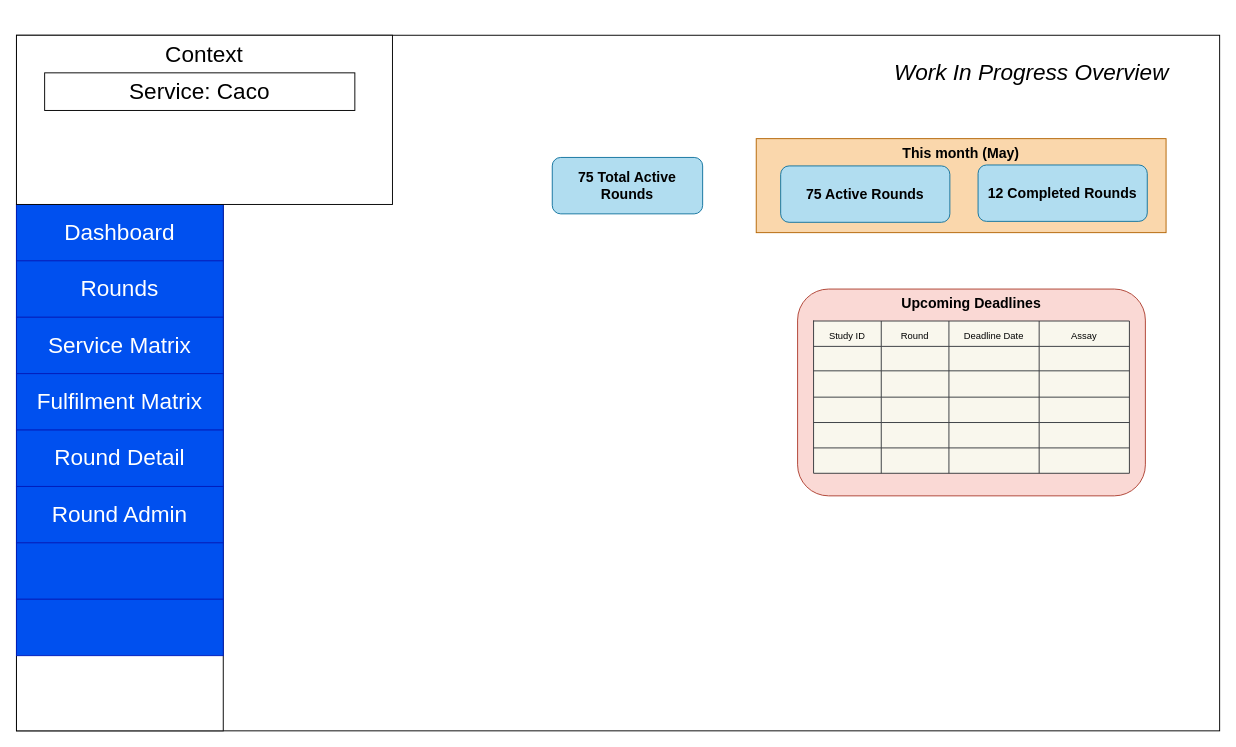
This is wip-dash.drawio from mdegaris/react-learning, a draw.io file, before an edit. Source tidied: cells renumbered, new cells numbered last; positions are measured from the earlier drawing's top-left corner, leaving out a move shared by most shapes. Both pictures are drawn from the tidied source at 94%, with x=0, y=0 at pixel (16, 35).
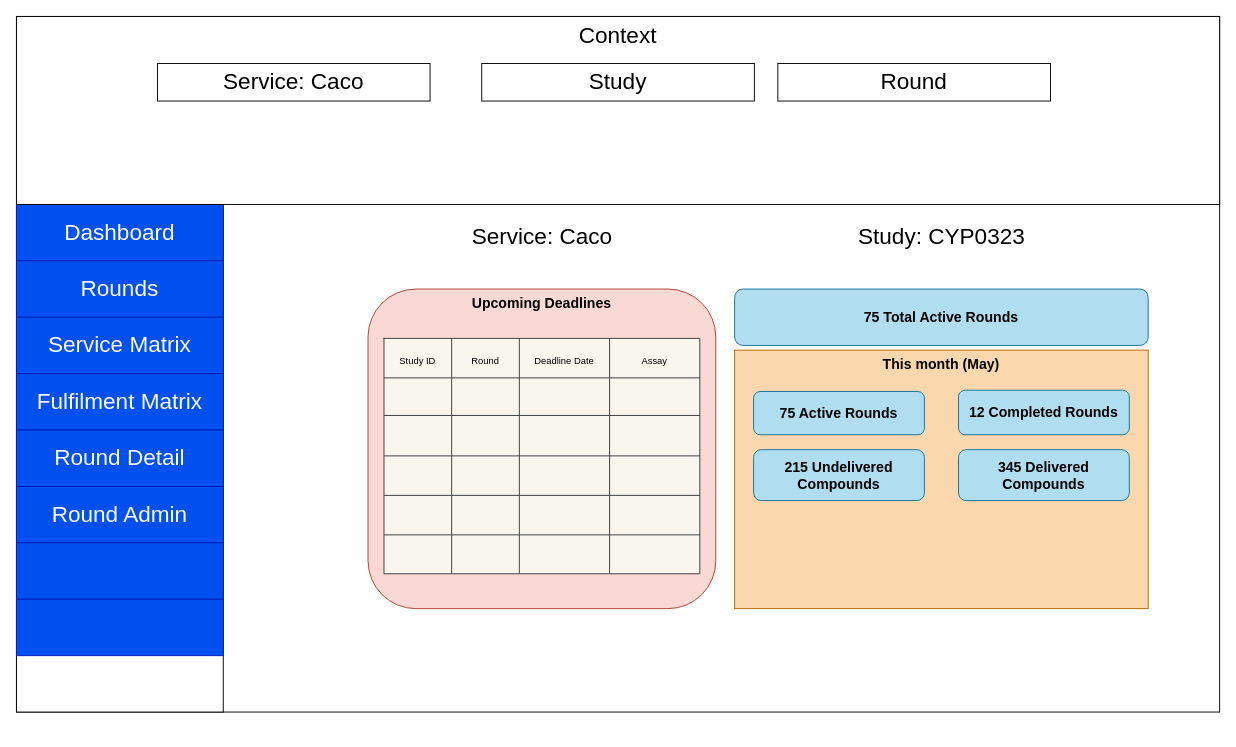
Above is the later version.

Diff of the diagram source:
```diff
@@
     <mxCell id="2" style="rounded=0;whiteSpace=wrap;html=1;shadow=0;labelBackgroundColor=none;labelBorderColor=none;sketch=0;fontSize=10;fontColor=#000000;fillColor=#FFFFFF;" parent="1" vertex="1">
-      <mxGeometry width="1280" height="740" as="geometry" />
+      <mxGeometry y="-20" width="1280" height="740" as="geometry" />
     </mxCell>
     <mxCell id="3" value="75 Total Active Rounds" style="rounded=1;whiteSpace=wrap;html=1;fontSize=15;labelBackgroundColor=none;fillColor=#b1ddf0;strokeColor=#10739e;fontStyle=1;" parent="1" vertex="1">
-      <mxGeometry x="570" y="130" width="160" height="60" as="geometry" />
+      <mxGeometry x="764" y="270" width="440" height="60" as="geometry" />
     </mxCell>
-    <mxCell id="4" style="group;" parent="1" vertex="1">
-      <mxGeometry x="787" y="110" width="436" height="100" as="geometry" />
+    <mxCell id="4" style="group;rounded=0;glass=0;sketch=0;" parent="1" vertex="1">
+      <mxGeometry x="764" y="335" width="440" height="275" as="geometry" />
     </mxCell>
+    <mxCell id="53" style="group;" parent="4" vertex="1">
+      <mxGeometry width="440" height="275" as="geometry" />
+    </mxCell>
-    <mxCell id="5" value="This month (May)" style="rounded=0;whiteSpace=wrap;html=1;labelBackgroundColor=none;fontSize=15;fillColor=#fad7ac;strokeColor=#b46504;verticalAlign=top;fontStyle=1;labelPosition=center;verticalLabelPosition=middle;align=center;" parent="4" vertex="1">
-      <mxGeometry width="436" height="100" as="geometry" />
+    <mxCell id="5" value="This month (May)" style="rounded=0;whiteSpace=wrap;html=1;labelBackgroundColor=none;fontSize=15;fillColor=#fad7ac;strokeColor=#b46504;verticalAlign=top;fontStyle=1;labelPosition=center;verticalLabelPosition=middle;align=center;" parent="53" vertex="1">
+      <mxGeometry width="440" height="275" as="geometry" />
     </mxCell>
-    <mxCell id="6" value="75 Active Rounds" style="rounded=1;whiteSpace=wrap;html=1;fontSize=15;labelBackgroundColor=none;fillColor=#b1ddf0;strokeColor=#10739e;fontStyle=1;" parent="4" vertex="1">
-      <mxGeometry x="26" y="29" width="180" height="60" as="geometry" />
+    <mxCell id="6" value="75 Active Rounds" style="rounded=1;whiteSpace=wrap;html=1;fontSize=15;labelBackgroundColor=none;fillColor=#b1ddf0;strokeColor=#10739e;fontStyle=1;" parent="53" vertex="1">
+      <mxGeometry x="20.2" y="44" width="181.7" height="46" as="geometry" />
     </mxCell>
-    <mxCell id="7" value="12 Completed Rounds" style="rounded=1;whiteSpace=wrap;html=1;fontSize=15;labelBackgroundColor=none;fillColor=#b1ddf0;strokeColor=#10739e;fontStyle=1;" parent="4" vertex="1">
-      <mxGeometry x="236" y="28" width="180" height="60" as="geometry" />
+    <mxCell id="7" value="12 Completed Rounds" style="rounded=1;whiteSpace=wrap;html=1;fontSize=15;labelBackgroundColor=none;fillColor=#b1ddf0;strokeColor=#10739e;fontStyle=1;" parent="53" vertex="1">
+      <mxGeometry x="238.2" y="42.6" width="181.7" height="47.4" as="geometry" />
     </mxCell>
+    <mxCell id="54" value="215 Undelivered Compounds" style="rounded=1;whiteSpace=wrap;html=1;fontSize=15;labelBackgroundColor=none;fillColor=#b1ddf0;strokeColor=#10739e;fontStyle=1;" parent="53" vertex="1">
+      <mxGeometry x="20.2" y="105.9" width="181.7" height="54.1" as="geometry" />
+    </mxCell>
+    <mxCell id="55" value="345 Delivered Compounds" style="rounded=1;whiteSpace=wrap;html=1;fontSize=15;labelBackgroundColor=none;fillColor=#b1ddf0;strokeColor=#10739e;fontStyle=1;" parent="53" vertex="1">
+      <mxGeometry x="238.2" y="105.9" width="181.7" height="54.1" as="geometry" />
+    </mxCell>
     <mxCell id="8" style="rounded=0;whiteSpace=wrap;html=1;shadow=0;labelBackgroundColor=none;labelBorderColor=none;sketch=0;fontSize=10;fontColor=#000000;fillColor=#FFFFFF;" parent="1" vertex="1">
-      <mxGeometry y="180" width="220" height="560" as="geometry" />
+      <mxGeometry y="180" width="220" height="540" as="geometry" />
     </mxCell>
     <mxCell id="9" style="group;" parent="1" vertex="1">
-      <mxGeometry x="831" y="270" width="370" height="220" as="geometry" />
+      <mxGeometry x="374" y="270" width="370" height="340" as="geometry" />
     </mxCell>
     <mxCell id="10" value="Upcoming Deadlines" style="rounded=1;whiteSpace=wrap;html=1;labelBackgroundColor=none;fontSize=15;fillColor=#fad9d5;strokeColor=#ae4132;verticalAlign=top;fontStyle=1;" parent="9" vertex="1">
-      <mxGeometry width="370" height="220" as="geometry" />
+      <mxGeometry width="370" height="340" as="geometry" />
     </mxCell>
     <mxCell id="11" style="shape=table;html=1;whiteSpace=wrap;startSize=0;childLayout=tableLayout;rounded=0;labelBackgroundColor=none;fontSize=12;labelBorderColor=none;fillColor=#f9f7ed;strokeColor=#36393d;fontColor=#000000;shadow=0;swimlaneLine=0;sketch=0;" parent="9" vertex="1">
-      <mxGeometry x="17" y="34" width="336" height="162" as="geometry" />
+      <mxGeometry x="17" y="52.5" width="336" height="250.4" as="geometry" />
     </mxCell>
     <mxCell id="12" style="shape=tableRow;horizontal=0;startSize=0;swimlaneHead=0;swimlaneBody=0;top=0;left=0;bottom=0;right=0;fillColor=none;rounded=0;labelBackgroundColor=none;fontSize=15;fontColor=#FFFFFF;" parent="11" vertex="1">
-      <mxGeometry width="336" height="27" as="geometry" />
+      <mxGeometry width="336" height="42" as="geometry" />
     </mxCell>
     <mxCell id="13" value="&lt;font color=&quot;#000000&quot; style=&quot;font-size: 10px&quot;&gt;Study ID&lt;/font&gt;" style="shape=partialRectangle;html=1;whiteSpace=wrap;fillColor=none;top=0;left=0;bottom=0;right=0;overflow=hidden;rounded=0;labelBackgroundColor=none;fontSize=15;fontColor=#FFFFFF;" parent="12" vertex="1">
-      <mxGeometry width="72" height="27" as="geometry" />
+      <mxGeometry width="72" height="42" as="geometry" />
     </mxCell>
     <mxCell id="14" value="&lt;font color=&quot;#000000&quot;&gt;&lt;span style=&quot;font-size: 10px&quot;&gt;Round&lt;/span&gt;&lt;/font&gt;" style="shape=partialRectangle;html=1;whiteSpace=wrap;fillColor=none;top=0;left=0;bottom=0;right=0;overflow=hidden;rounded=0;labelBackgroundColor=none;fontSize=15;fontColor=#FFFFFF;" parent="12" vertex="1">
-      <mxGeometry x="72" width="72" height="27" as="geometry" />
+      <mxGeometry x="72" width="72" height="42" as="geometry" />
     </mxCell>
     <mxCell id="15" value="&lt;font color=&quot;#000000&quot;&gt;&lt;span style=&quot;font-size: 10px&quot;&gt;Deadline Date&lt;/span&gt;&lt;/font&gt;" style="shape=partialRectangle;html=1;whiteSpace=wrap;fillColor=none;top=0;left=0;bottom=0;right=0;overflow=hidden;rounded=0;labelBackgroundColor=none;fontSize=15;fontColor=#FFFFFF;" parent="12" vertex="1">
-      <mxGeometry x="144" width="96" height="27" as="geometry" />
+      <mxGeometry x="144" width="96" height="42" as="geometry" />
     </mxCell>
     <mxCell id="16" value="&lt;font color=&quot;#000000&quot;&gt;&lt;span style=&quot;font-size: 10px&quot;&gt;Assay&lt;/span&gt;&lt;/font&gt;" style="shape=partialRectangle;html=1;whiteSpace=wrap;fillColor=none;top=0;left=0;bottom=0;right=0;overflow=hidden;rounded=0;labelBackgroundColor=none;fontSize=15;fontColor=#FFFFFF;" parent="12" vertex="1">
-      <mxGeometry x="240" width="96" height="27" as="geometry" />
+      <mxGeometry x="240" width="96" height="42" as="geometry" />
     </mxCell>
     <mxCell id="17" style="shape=tableRow;horizontal=0;startSize=0;swimlaneHead=0;swimlaneBody=0;top=0;left=0;bottom=0;right=0;fillColor=none;rounded=0;labelBackgroundColor=none;fontSize=15;fontColor=#FFFFFF;" parent="11" vertex="1">
-      <mxGeometry y="27" width="336" height="26" as="geometry" />
+      <mxGeometry y="42" width="336" height="40" as="geometry" />
     </mxCell>
     <mxCell id="18" style="shape=partialRectangle;html=1;whiteSpace=wrap;fillColor=none;top=0;left=0;bottom=0;right=0;overflow=hidden;rounded=0;labelBackgroundColor=none;fontSize=15;fontColor=#FFFFFF;" parent="17" vertex="1">
-      <mxGeometry width="72" height="26" as="geometry" />
+      <mxGeometry width="72" height="40" as="geometry" />
     </mxCell>
     <mxCell id="19" style="shape=partialRectangle;html=1;whiteSpace=wrap;fillColor=none;top=0;left=0;bottom=0;right=0;overflow=hidden;rounded=0;labelBackgroundColor=none;fontSize=15;fontColor=#FFFFFF;" parent="17" vertex="1">
-      <mxGeometry x="72" width="72" height="26" as="geometry" />
+      <mxGeometry x="72" width="72" height="40" as="geometry" />
     </mxCell>
     <mxCell id="20" style="shape=partialRectangle;html=1;whiteSpace=wrap;fillColor=none;top=0;left=0;bottom=0;right=0;overflow=hidden;rounded=0;labelBackgroundColor=none;fontSize=15;fontColor=#FFFFFF;" parent="17" vertex="1">
-      <mxGeometry x="144" width="96" height="26" as="geometry" />
+      <mxGeometry x="144" width="96" height="40" as="geometry" />
     </mxCell>
     <mxCell id="21" style="shape=partialRectangle;html=1;whiteSpace=wrap;fillColor=none;top=0;left=0;bottom=0;right=0;overflow=hidden;rounded=0;labelBackgroundColor=none;fontSize=15;fontColor=#FFFFFF;" parent="17" vertex="1">
-      <mxGeometry x="240" width="96" height="26" as="geometry" />
+      <mxGeometry x="240" width="96" height="40" as="geometry" />
     </mxCell>
     <mxCell id="22" style="shape=tableRow;horizontal=0;startSize=0;swimlaneHead=0;swimlaneBody=0;top=0;left=0;bottom=0;right=0;fillColor=none;rounded=0;labelBackgroundColor=none;fontSize=15;fontColor=#FFFFFF;" parent="11" vertex="1">
-      <mxGeometry y="53" width="336" height="28" as="geometry" />
+      <mxGeometry y="82" width="336" height="43" as="geometry" />
     </mxCell>
     <mxCell id="23" style="shape=partialRectangle;html=1;whiteSpace=wrap;fillColor=none;top=0;left=0;bottom=0;right=0;overflow=hidden;rounded=0;labelBackgroundColor=none;fontSize=15;fontColor=#FFFFFF;" parent="22" vertex="1">
-      <mxGeometry width="72" height="28" as="geometry" />
+      <mxGeometry width="72" height="43" as="geometry" />
     </mxCell>
     <mxCell id="24" style="shape=partialRectangle;html=1;whiteSpace=wrap;fillColor=none;top=0;left=0;bottom=0;right=0;overflow=hidden;rounded=0;labelBackgroundColor=none;fontSize=15;fontColor=#FFFFFF;" parent="22" vertex="1">
-      <mxGeometry x="72" width="72" height="28" as="geometry" />
+      <mxGeometry x="72" width="72" height="43" as="geometry" />
     </mxCell>
     <mxCell id="25" style="shape=partialRectangle;html=1;whiteSpace=wrap;fillColor=none;top=0;left=0;bottom=0;right=0;overflow=hidden;rounded=0;labelBackgroundColor=none;fontSize=15;fontColor=#FFFFFF;" parent="22" vertex="1">
-      <mxGeometry x="144" width="96" height="28" as="geometry" />
+      <mxGeometry x="144" width="96" height="43" as="geometry" />
     </mxCell>
     <mxCell id="26" style="shape=partialRectangle;html=1;whiteSpace=wrap;fillColor=none;top=0;left=0;bottom=0;right=0;overflow=hidden;rounded=0;labelBackgroundColor=none;fontSize=15;fontColor=#FFFFFF;" parent="22" vertex="1">
-      <mxGeometry x="240" width="96" height="28" as="geometry" />
+      <mxGeometry x="240" width="96" height="43" as="geometry" />
     </mxCell>
     <mxCell id="27" style="shape=tableRow;horizontal=0;startSize=0;swimlaneHead=0;swimlaneBody=0;top=0;left=0;bottom=0;right=0;fillColor=none;rounded=0;labelBackgroundColor=none;fontSize=15;fontColor=#FFFFFF;" parent="11" vertex="1">
-      <mxGeometry y="81" width="336" height="27" as="geometry" />
+      <mxGeometry y="125" width="336" height="42" as="geometry" />
     </mxCell>
     <mxCell id="28" style="shape=partialRectangle;html=1;whiteSpace=wrap;fillColor=none;top=0;left=0;bottom=0;right=0;overflow=hidden;rounded=0;labelBackgroundColor=none;fontSize=15;fontColor=#FFFFFF;" parent="27" vertex="1">
-      <mxGeometry width="72" height="27" as="geometry" />
+      <mxGeometry width="72" height="42" as="geometry" />
     </mxCell>
     <mxCell id="29" style="shape=partialRectangle;html=1;whiteSpace=wrap;fillColor=none;top=0;left=0;bottom=0;right=0;overflow=hidden;rounded=0;labelBackgroundColor=none;fontSize=15;fontColor=#FFFFFF;" parent="27" vertex="1">
-      <mxGeometry x="72" width="72" height="27" as="geometry" />
+      <mxGeometry x="72" width="72" height="42" as="geometry" />
     </mxCell>
     <mxCell id="30" style="shape=partialRectangle;html=1;whiteSpace=wrap;fillColor=none;top=0;left=0;bottom=0;right=0;overflow=hidden;rounded=0;labelBackgroundColor=none;fontSize=15;fontColor=#FFFFFF;" parent="27" vertex="1">
-      <mxGeometry x="144" width="96" height="27" as="geometry" />
+      <mxGeometry x="144" width="96" height="42" as="geometry" />
     </mxCell>
     <mxCell id="31" style="shape=partialRectangle;html=1;whiteSpace=wrap;fillColor=none;top=0;left=0;bottom=0;right=0;overflow=hidden;rounded=0;labelBackgroundColor=none;fontSize=15;fontColor=#FFFFFF;" parent="27" vertex="1">
-      <mxGeometry x="240" width="96" height="27" as="geometry" />
+      <mxGeometry x="240" width="96" height="42" as="geometry" />
     </mxCell>
     <mxCell id="32" style="shape=tableRow;horizontal=0;startSize=0;swimlaneHead=0;swimlaneBody=0;top=0;left=0;bottom=0;right=0;fillColor=none;rounded=0;labelBackgroundColor=none;fontSize=15;fontColor=#FFFFFF;" parent="11" vertex="1">
-      <mxGeometry y="108" width="336" height="27" as="geometry" />
+      <mxGeometry y="167" width="336" height="42" as="geometry" />
     </mxCell>
     <mxCell id="33" style="shape=partialRectangle;html=1;whiteSpace=wrap;fillColor=none;top=0;left=0;bottom=0;right=0;overflow=hidden;rounded=0;labelBackgroundColor=none;fontSize=15;fontColor=#FFFFFF;" parent="32" vertex="1">
-      <mxGeometry width="72" height="27" as="geometry" />
+      <mxGeometry width="72" height="42" as="geometry" />
     </mxCell>
     <mxCell id="34" style="shape=partialRectangle;html=1;whiteSpace=wrap;fillColor=none;top=0;left=0;bottom=0;right=0;overflow=hidden;rounded=0;labelBackgroundColor=none;fontSize=15;fontColor=#FFFFFF;" parent="32" vertex="1">
-      <mxGeometry x="72" width="72" height="27" as="geometry" />
+      <mxGeometry x="72" width="72" height="42" as="geometry" />
     </mxCell>
     <mxCell id="35" style="shape=partialRectangle;html=1;whiteSpace=wrap;fillColor=none;top=0;left=0;bottom=0;right=0;overflow=hidden;rounded=0;labelBackgroundColor=none;fontSize=15;fontColor=#FFFFFF;" parent="32" vertex="1">
-      <mxGeometry x="144" width="96" height="27" as="geometry" />
+      <mxGeometry x="144" width="96" height="42" as="geometry" />
     </mxCell>
     <mxCell id="36" style="shape=partialRectangle;html=1;whiteSpace=wrap;fillColor=none;top=0;left=0;bottom=0;right=0;overflow=hidden;rounded=0;labelBackgroundColor=none;fontSize=15;fontColor=#FFFFFF;" parent="32" vertex="1">
-      <mxGeometry x="240" width="96" height="27" as="geometry" />
+      <mxGeometry x="240" width="96" height="42" as="geometry" />
     </mxCell>
     <mxCell id="37" style="shape=tableRow;horizontal=0;startSize=0;swimlaneHead=0;swimlaneBody=0;top=0;left=0;bottom=0;right=0;fillColor=none;rounded=0;labelBackgroundColor=none;fontSize=15;fontColor=#FFFFFF;" parent="11" vertex="1">
-      <mxGeometry y="135" width="336" height="27" as="geometry" />
+      <mxGeometry y="209" width="336" height="41" as="geometry" />
     </mxCell>
     <mxCell id="38" style="shape=partialRectangle;html=1;whiteSpace=wrap;fillColor=none;top=0;left=0;bottom=0;right=0;overflow=hidden;rounded=0;labelBackgroundColor=none;fontSize=15;fontColor=#FFFFFF;" parent="37" vertex="1">
-      <mxGeometry width="72" height="27" as="geometry" />
+      <mxGeometry width="72" height="41" as="geometry" />
     </mxCell>
     <mxCell id="39" style="shape=partialRectangle;html=1;whiteSpace=wrap;fillColor=none;top=0;left=0;bottom=0;right=0;overflow=hidden;rounded=0;labelBackgroundColor=none;fontSize=15;fontColor=#FFFFFF;" parent="37" vertex="1">
-      <mxGeometry x="72" width="72" height="27" as="geometry" />
+      <mxGeometry x="72" width="72" height="41" as="geometry" />
     </mxCell>
     <mxCell id="40" style="shape=partialRectangle;html=1;whiteSpace=wrap;fillColor=none;top=0;left=0;bottom=0;right=0;overflow=hidden;rounded=0;labelBackgroundColor=none;fontSize=15;fontColor=#FFFFFF;" parent="37" vertex="1">
-      <mxGeometry x="144" width="96" height="27" as="geometry" />
+      <mxGeometry x="144" width="96" height="41" as="geometry" />
     </mxCell>
     <mxCell id="41" style="shape=partialRectangle;html=1;whiteSpace=wrap;fillColor=none;top=0;left=0;bottom=0;right=0;overflow=hidden;rounded=0;labelBackgroundColor=none;fontSize=15;fontColor=#FFFFFF;" parent="37" vertex="1">
-      <mxGeometry x="240" width="96" height="27" as="geometry" />
+      <mxGeometry x="240" width="96" height="41" as="geometry" />
     </mxCell>
-    <mxCell id="42" value="Work In Progress Overview" style="text;html=1;strokeColor=none;fillColor=none;align=center;verticalAlign=middle;whiteSpace=wrap;rounded=0;shadow=0;labelBackgroundColor=none;labelBorderColor=none;sketch=0;fontSize=24;fontColor=#000000;fontStyle=2;" parent="1" vertex="1">
-      <mxGeometry x="910" y="10" width="340" height="60" as="geometry" />
-    </mxCell>
@@
     <mxCell id="51" value="Context" style="rounded=0;whiteSpace=wrap;html=1;shadow=0;labelBackgroundColor=none;labelBorderColor=none;sketch=0;fontSize=24;fontColor=#000000;fillColor=#FFFFFF;verticalAlign=top;" parent="1" vertex="1">
-      <mxGeometry width="400" height="180" as="geometry" />
+      <mxGeometry y="-20" width="1280" height="200" as="geometry" />
     </mxCell>
     <mxCell id="52" value="Service: Caco" style="rounded=0;whiteSpace=wrap;html=1;shadow=0;labelBackgroundColor=none;labelBorderColor=none;sketch=0;fontSize=24;fontColor=#000000;fillColor=#FFFFFF;" parent="1" vertex="1">
-      <mxGeometry x="30" y="40" width="330" height="40" as="geometry" />
+      <mxGeometry x="150" y="30" width="290" height="40" as="geometry" />
     </mxCell>
+    <mxCell id="56" value="Study" style="rounded=0;whiteSpace=wrap;html=1;shadow=0;labelBackgroundColor=none;labelBorderColor=none;sketch=0;fontSize=24;fontColor=#000000;fillColor=#FFFFFF;" parent="1" vertex="1">
+      <mxGeometry x="495" y="30" width="290" height="40" as="geometry" />
+    </mxCell>
+    <mxCell id="57" value="Round" style="rounded=0;whiteSpace=wrap;html=1;shadow=0;labelBackgroundColor=none;labelBorderColor=none;sketch=0;fontSize=24;fontColor=#000000;fillColor=#FFFFFF;" parent="1" vertex="1">
+      <mxGeometry x="810" y="30" width="290" height="40" as="geometry" />
+    </mxCell>
+    <mxCell id="58" value="Service: Caco" style="text;html=1;strokeColor=none;fillColor=none;align=center;verticalAlign=middle;whiteSpace=wrap;rounded=0;shadow=0;glass=0;labelBackgroundColor=none;labelBorderColor=none;sketch=0;fontSize=24;fontColor=#000000;" parent="1" vertex="1">
+      <mxGeometry x="426.5" y="200" width="265" height="30" as="geometry" />
+    </mxCell>
+    <mxCell id="59" value="Study: CYP0323" style="text;html=1;strokeColor=none;fillColor=none;align=center;verticalAlign=middle;whiteSpace=wrap;rounded=0;shadow=0;glass=0;labelBackgroundColor=none;labelBorderColor=none;sketch=0;fontSize=24;fontColor=#000000;" parent="1" vertex="1">
+      <mxGeometry x="851.5" y="200" width="265" height="30" as="geometry" />
+    </mxCell>
```
